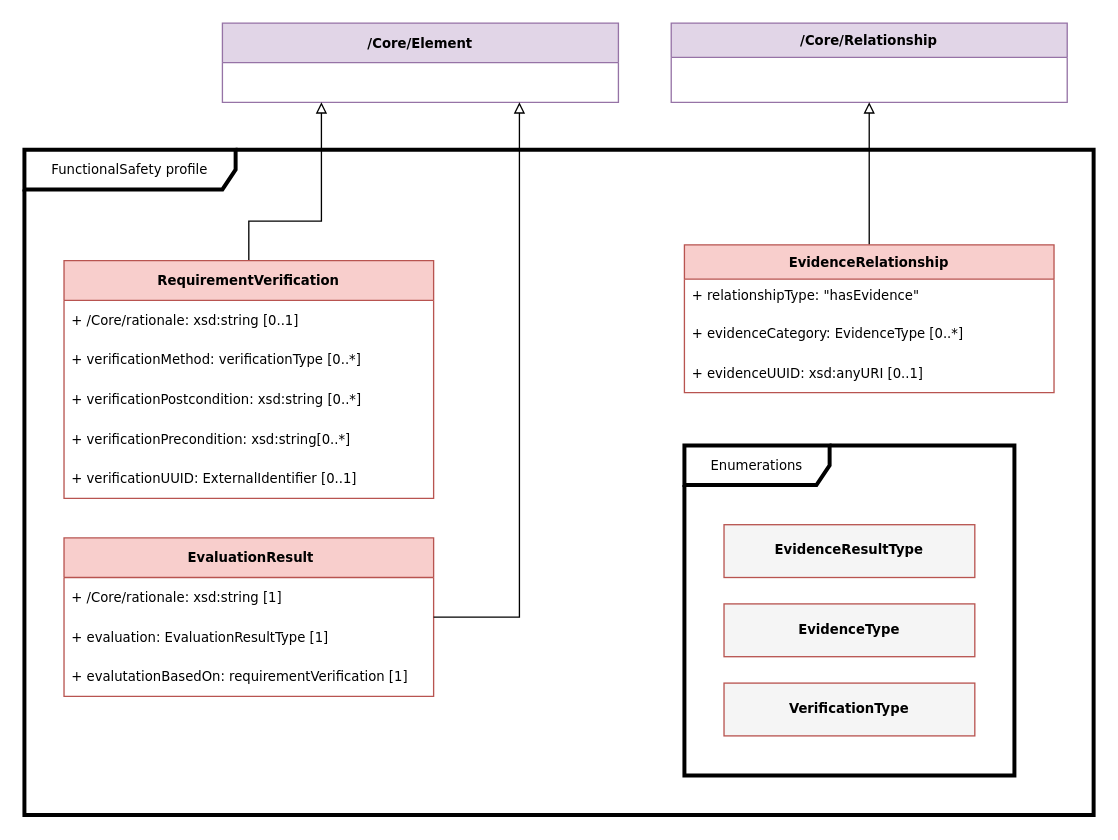
Before: page "FunctionalSafety" (13 of 13) of docs/model.drawio in stevenc-stb/spdx-3-model, a draw.io diagram. Source tidied: cells renumbered, new cells numbered last; positions are measured from the earlier drawing's top-left corner, leaving out a move shared by most shapes. Both pictures are drawn from the tidied source at 132%, with x=0, y=0 at pixel (24, 22).
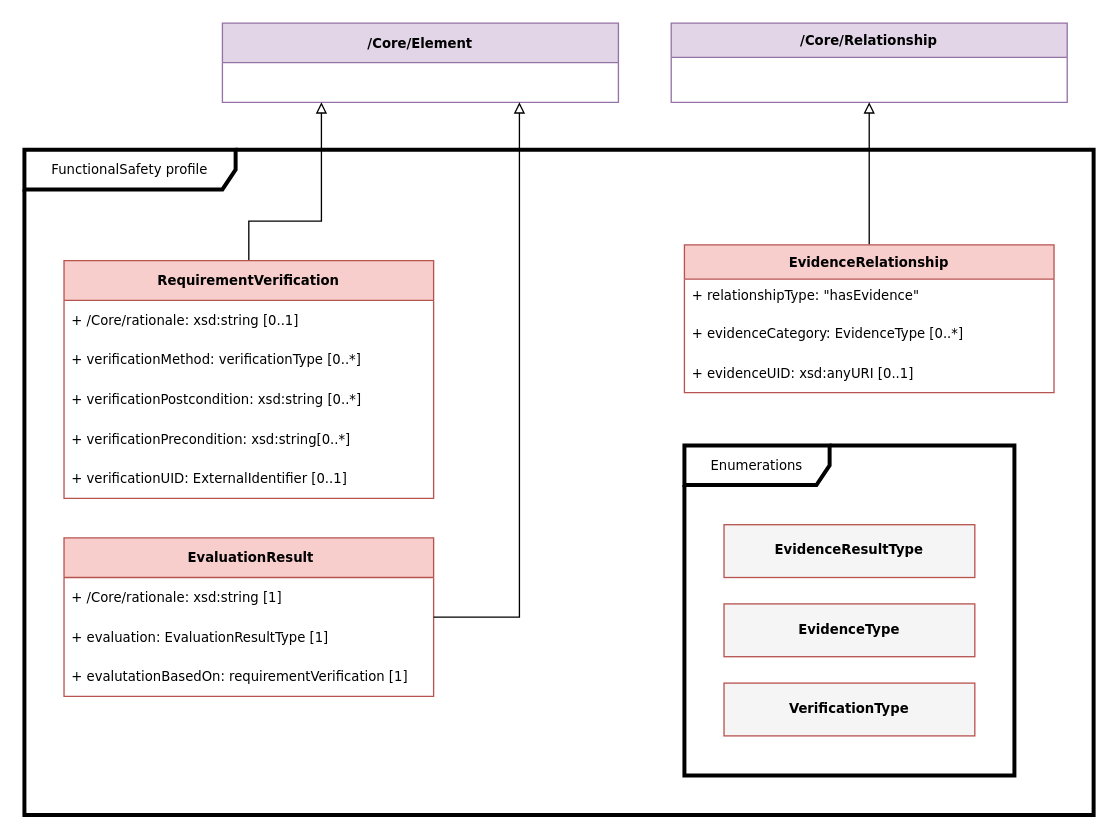
After the change.

Unchanged cells that the change refers to:
```xml
<mxCell id="12" value="EvidenceRelationship" style="swimlane;fontStyle=1;horizontal=1;startSize=26;fillColor=#f8cecc;whiteSpace=wrap;html=1;strokeColor=#b85450;fontFamily=Verdana;fontSize=10;" parent="6" vertex="1">
  <mxGeometry x="500" y="72" width="280" height="112" as="geometry" />
</mxCell>
<mxCell id="16" value="&lt;font style=&quot;font-size: 10px;&quot; face=&quot;Verdana&quot;&gt;&lt;b&gt;RequirementVerification&lt;/b&gt;&lt;/font&gt;" style="swimlane;fontStyle=0;horizontal=1;startSize=30;whiteSpace=wrap;html=1;fillColor=#f8cecc;strokeColor=#b85450;" parent="6" vertex="1">
  <mxGeometry x="30" y="84" width="280" height="180" as="geometry" />
</mxCell>
```

The edit, as a diff of the source:
```diff
@@
-    <mxCell id="15" value="+ evidenceUUID: xsd:anyURI [0..1]" style="text;strokeColor=none;fillColor=none;align=left;verticalAlign=middle;spacingLeft=4;spacingRight=4;overflow=hidden;whiteSpace=wrap;html=1;fontSize=10;fontFamily=Verdana;" parent="12" vertex="1">
+    <mxCell id="15" value="+ evidenceUID: xsd:anyURI [0..1]" style="text;strokeColor=none;fillColor=none;align=left;verticalAlign=middle;spacingLeft=4;spacingRight=4;overflow=hidden;whiteSpace=wrap;html=1;fontSize=10;fontFamily=Verdana;" parent="12" vertex="1">
       <mxGeometry y="82" width="280" height="30" as="geometry" />
     </mxCell>
@@
-    <mxCell id="21" value="+ verificationUUID: External&lt;span&gt;&lt;font style=&quot;color: rgb(0, 0, 0);&quot;&gt;Identifier [0..1]&lt;/font&gt;&lt;/span&gt;" style="text;strokeColor=none;fillColor=none;align=left;verticalAlign=middle;spacingLeft=4;spacingRight=4;overflow=hidden;whiteSpace=wrap;html=1;fontFamily=Verdana;fontSize=10;" parent="16" vertex="1">
+    <mxCell id="21" value="+ verificationUID: External&lt;span&gt;&lt;font style=&quot;color: rgb(0, 0, 0);&quot;&gt;Identifier [0..1]&lt;/font&gt;&lt;/span&gt;" style="text;strokeColor=none;fillColor=none;align=left;verticalAlign=middle;spacingLeft=4;spacingRight=4;overflow=hidden;whiteSpace=wrap;html=1;fontFamily=Verdana;fontSize=10;" parent="16" vertex="1">
       <mxGeometry y="150" width="280" height="30" as="geometry" />
     </mxCell>
```
